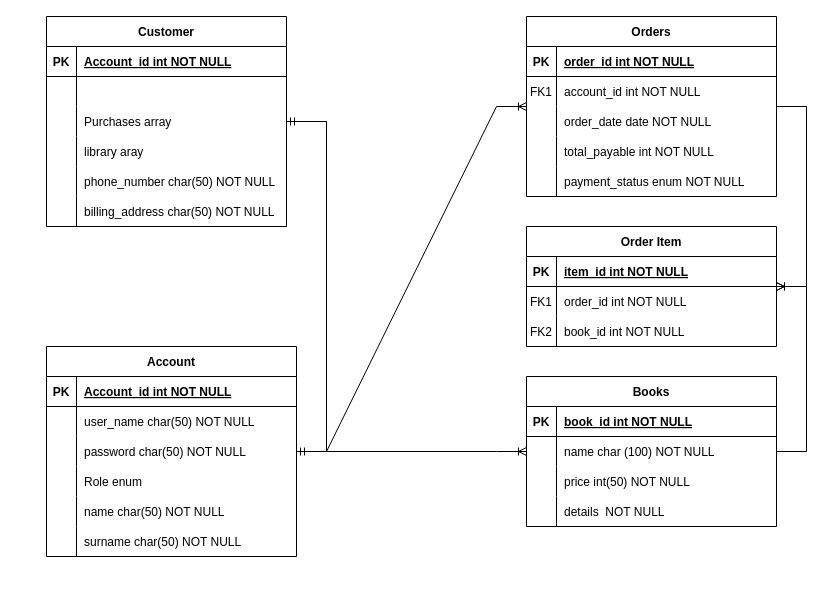
Earlier version of the draw.io diagram page "ERD" (1 of 2) of documentation/ERD.drawio (TeoScardov/cloud-project-2024). Source tidied: cells renumbered, new cells numbered last; positions are measured from the earlier drawing's top-left corner, leaving out a move shared by most shapes. Both pictures are drawn from the tidied source at 100%, with x=0, y=0 at pixel (46, 16).
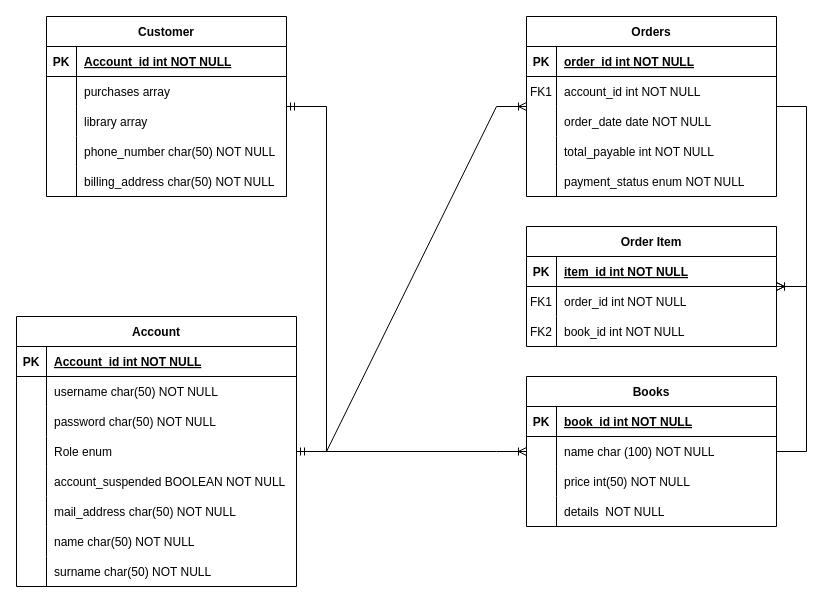
After the change.

What changed in the source:
```diff
@@
     <mxCell id="31" value="Account" style="shape=table;startSize=30;childLayout=tableLayout;rowLines=0;fontStyle=1;align=center;" parent="1" vertex="1">
-      <mxGeometry y="330" width="250" height="210" as="geometry" />
+      <mxGeometry x="-30" y="300" width="280" height="270" as="geometry" />
     </mxCell>
     <mxCell id="32" style="shape=partialRectangle;fillColor=none;top=0;left=0;right=0;bottom=1;" parent="31" vertex="1">
-      <mxGeometry y="30" width="250" height="30" as="geometry" />
+      <mxGeometry y="30" width="280" height="30" as="geometry" />
     </mxCell>
@@
     <mxCell id="34" value="Account_id int NOT NULL " style="shape=partialRectangle;overflow=hidden;fillColor=none;top=0;left=0;bottom=0;right=0;align=left;spacingLeft=6;fontStyle=5;" parent="32" vertex="1">
-      <mxGeometry x="30" width="220" height="30" as="geometry" />
+      <mxGeometry x="30" width="250" height="30" as="geometry" />
     </mxCell>
     <mxCell id="35" style="shape=partialRectangle;fillColor=none;top=0;left=0;right=0;bottom=0;" parent="31" vertex="1">
-      <mxGeometry y="60" width="250" height="30" as="geometry" />
+      <mxGeometry y="60" width="280" height="30" as="geometry" />
     </mxCell>
@@
-    <mxCell id="37" value="user_name char(50) NOT NULL" style="shape=partialRectangle;overflow=hidden;fillColor=none;top=0;left=0;bottom=0;right=0;align=left;spacingLeft=6;" parent="35" vertex="1">
-      <mxGeometry x="30" width="220" height="30" as="geometry" />
+    <mxCell id="37" value="username char(50) NOT NULL" style="shape=partialRectangle;overflow=hidden;fillColor=none;top=0;left=0;bottom=0;right=0;align=left;spacingLeft=6;" parent="35" vertex="1">
+      <mxGeometry x="30" width="250" height="30" as="geometry" />
     </mxCell>
     <mxCell id="38" style="shape=partialRectangle;fillColor=none;top=0;left=0;right=0;bottom=0;" parent="31" vertex="1">
-      <mxGeometry y="90" width="250" height="30" as="geometry" />
+      <mxGeometry y="90" width="280" height="30" as="geometry" />
     </mxCell>
@@
     <mxCell id="40" value="password char(50) NOT NULL" style="shape=partialRectangle;overflow=hidden;fillColor=none;top=0;left=0;bottom=0;right=0;align=left;spacingLeft=6;" parent="38" vertex="1">
-      <mxGeometry x="30" width="220" height="30" as="geometry" />
+      <mxGeometry x="30" width="250" height="30" as="geometry" />
     </mxCell>
     <mxCell id="41" style="shape=partialRectangle;fillColor=none;top=0;left=0;right=0;bottom=0;" parent="31" vertex="1">
-      <mxGeometry y="120" width="250" height="30" as="geometry" />
+      <mxGeometry y="120" width="280" height="30" as="geometry" />
     </mxCell>
@@
     <mxCell id="43" value="Role enum" style="shape=partialRectangle;overflow=hidden;fillColor=none;top=0;left=0;bottom=0;right=0;align=left;spacingLeft=6;" parent="41" vertex="1">
-      <mxGeometry x="30" width="220" height="30" as="geometry" />
+      <mxGeometry x="30" width="250" height="30" as="geometry" />
     </mxCell>
+    <mxCell id="84" style="shape=partialRectangle;fillColor=none;top=0;left=0;right=0;bottom=0;" parent="31" vertex="1">
+      <mxGeometry y="150" width="280" height="30" as="geometry" />
+    </mxCell>
+    <mxCell id="85" style="shape=partialRectangle;overflow=hidden;fillColor=none;top=0;left=0;bottom=0;right=0;" parent="84" vertex="1">
+      <mxGeometry width="30" height="30" as="geometry" />
+    </mxCell>
+    <mxCell id="86" value="account_suspended BOOLEAN NOT NULL" style="shape=partialRectangle;overflow=hidden;fillColor=none;top=0;left=0;bottom=0;right=0;align=left;spacingLeft=6;" parent="84" vertex="1">
+      <mxGeometry x="30" width="250" height="30" as="geometry" />
+    </mxCell>
+    <mxCell id="87" style="shape=partialRectangle;fillColor=none;top=0;left=0;right=0;bottom=0;" parent="31" vertex="1">
+      <mxGeometry y="180" width="280" height="30" as="geometry" />
+    </mxCell>
+    <mxCell id="88" style="shape=partialRectangle;overflow=hidden;fillColor=none;top=0;left=0;bottom=0;right=0;" parent="87" vertex="1">
+      <mxGeometry width="30" height="30" as="geometry" />
+    </mxCell>
+    <mxCell id="89" value="mail_address char(50) NOT NULL" style="shape=partialRectangle;overflow=hidden;fillColor=none;top=0;left=0;bottom=0;right=0;align=left;spacingLeft=6;" parent="87" vertex="1">
+      <mxGeometry x="30" width="250" height="30" as="geometry" />
+    </mxCell>
     <mxCell id="44" style="shape=partialRectangle;fillColor=none;top=0;left=0;right=0;bottom=0;" parent="31" vertex="1">
-      <mxGeometry y="150" width="250" height="30" as="geometry" />
+      <mxGeometry y="210" width="280" height="30" as="geometry" />
     </mxCell>
@@
     <mxCell id="46" value="name char(50) NOT NULL" style="shape=partialRectangle;overflow=hidden;fillColor=none;top=0;left=0;bottom=0;right=0;align=left;spacingLeft=6;" parent="44" vertex="1">
-      <mxGeometry x="30" width="220" height="30" as="geometry" />
+      <mxGeometry x="30" width="250" height="30" as="geometry" />
     </mxCell>
     <mxCell id="47" style="shape=partialRectangle;fillColor=none;top=0;left=0;right=0;bottom=0;" parent="31" vertex="1">
-      <mxGeometry y="180" width="250" height="30" as="geometry" />
+      <mxGeometry y="240" width="280" height="30" as="geometry" />
     </mxCell>
@@
     <mxCell id="49" value="surname char(50) NOT NULL" style="shape=partialRectangle;overflow=hidden;fillColor=none;top=0;left=0;bottom=0;right=0;align=left;spacingLeft=6;" parent="47" vertex="1">
-      <mxGeometry x="30" width="220" height="30" as="geometry" />
+      <mxGeometry x="30" width="250" height="30" as="geometry" />
     </mxCell>
@@
     <mxCell id="64" value="Customer" style="shape=table;startSize=30;childLayout=tableLayout;rowLines=0;fontStyle=1;align=center;" parent="1" vertex="1">
-      <mxGeometry width="240" height="210" as="geometry" />
+      <mxGeometry width="240" height="180" as="geometry" />
     </mxCell>
@@
-    <mxCell id="68" style="shape=partialRectangle;fillColor=none;top=0;left=0;right=0;bottom=0;" parent="64" vertex="1">
-      <mxGeometry y="60" width="240" height="30" as="geometry" />
-    </mxCell>
-    <mxCell id="69" style="shape=partialRectangle;overflow=hidden;fillColor=none;top=0;left=0;bottom=0;right=0;" parent="68" vertex="1">
-      <mxGeometry width="30" height="30" as="geometry" />
-    </mxCell>
-    <mxCell id="70" style="shape=partialRectangle;overflow=hidden;fillColor=none;top=0;left=0;bottom=0;right=0;align=left;spacingLeft=6;" parent="68" vertex="1">
-      <mxGeometry x="30" width="210" height="30" as="geometry" />
-    </mxCell>
     <mxCell id="71" style="shape=partialRectangle;fillColor=none;top=0;left=0;right=0;bottom=0;" parent="64" vertex="1">
-      <mxGeometry y="90" width="240" height="30" as="geometry" />
+      <mxGeometry y="60" width="240" height="30" as="geometry" />
     </mxCell>
@@
-    <mxCell id="73" value="Purchases array " style="shape=partialRectangle;overflow=hidden;fillColor=none;top=0;left=0;bottom=0;right=0;align=left;spacingLeft=6;" parent="71" vertex="1">
+    <mxCell id="73" value="purchases array " style="shape=partialRectangle;overflow=hidden;fillColor=none;top=0;left=0;bottom=0;right=0;align=left;spacingLeft=6;" parent="71" vertex="1">
       <mxGeometry x="30" width="210" height="30" as="geometry" />
     </mxCell>
     <mxCell id="74" style="shape=partialRectangle;fillColor=none;top=0;left=0;right=0;bottom=0;" parent="64" vertex="1">
-      <mxGeometry y="120" width="240" height="30" as="geometry" />
+      <mxGeometry y="90" width="240" height="30" as="geometry" />
     </mxCell>
@@
-    <mxCell id="76" value="library aray" style="shape=partialRectangle;overflow=hidden;fillColor=none;top=0;left=0;bottom=0;right=0;align=left;spacingLeft=6;" parent="74" vertex="1">
+    <mxCell id="76" value="library array" style="shape=partialRectangle;overflow=hidden;fillColor=none;top=0;left=0;bottom=0;right=0;align=left;spacingLeft=6;" parent="74" vertex="1">
       <mxGeometry x="30" width="210" height="30" as="geometry" />
     </mxCell>
     <mxCell id="77" style="shape=partialRectangle;fillColor=none;top=0;left=0;right=0;bottom=0;" parent="64" vertex="1">
-      <mxGeometry y="150" width="240" height="30" as="geometry" />
+      <mxGeometry y="120" width="240" height="30" as="geometry" />
     </mxCell>
@@
     <mxCell id="80" style="shape=partialRectangle;fillColor=none;top=0;left=0;right=0;bottom=0;" parent="64" vertex="1">
-      <mxGeometry y="180" width="240" height="30" as="geometry" />
+      <mxGeometry y="150" width="240" height="30" as="geometry" />
     </mxCell>
```
